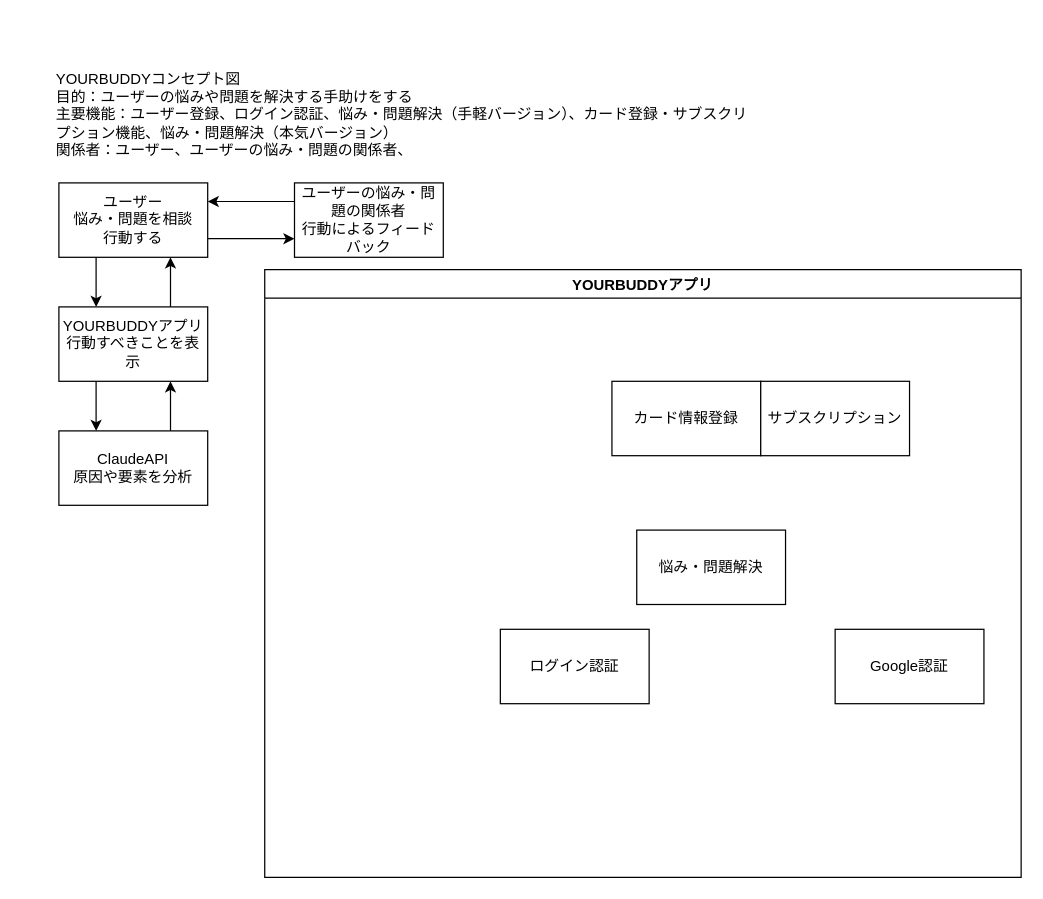
Before: page "コンセプト図" (1 of 3) of Diagrams/RequirementsDefinitionPhase.drawio in hiroyuki00889/ALL-AIBOX, a draw.io diagram. Source tidied: cells renumbered, new cells numbered last; positions are measured from the earlier drawing's top-left corner, leaving out a move shared by most shapes. Both pictures are drawn from the tidied source at 124%, with x=0, y=0 at pixel (53, 71).
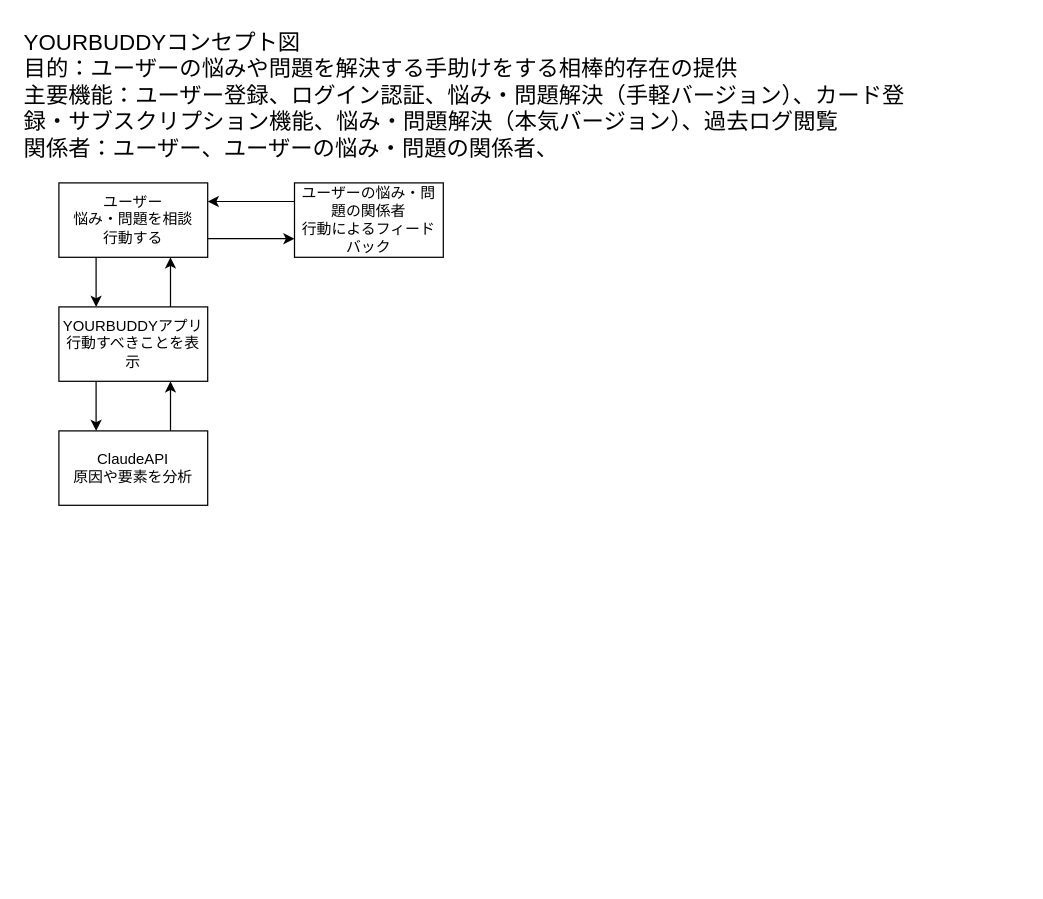
After the change.

The edit, as a diff of the source:
```diff
@@
 <mxGraphModel>
   <root>
     <mxCell id="0" />
     <mxCell id="1" parent="0" />
-    <mxCell id="2" value="YOURBUDDYコンセプト図&lt;br&gt;目的：ユーザーの悩みや問題を解決する手助けをする&lt;br&gt;主要機能：ユーザー登録、ログイン認証、悩み・問題解決（手軽バージョン）、カード登録・サブスクリプション機能、悩み・問題解決（本気バージョン）&lt;br&gt;関係者：ユーザー、ユーザーの悩み・問題の関係者、" style="text;html=1;strokeColor=none;fillColor=none;align=left;verticalAlign=middle;whiteSpace=wrap;rounded=0;" parent="1" vertex="1">
-      <mxGeometry width="560" height="70" as="geometry" />
+    <mxCell id="2" value="&lt;font style=&quot;font-size: 18px;&quot;&gt;YOURBUDDYコンセプト図&lt;br&gt;目的：ユーザーの悩みや問題を解決する手助けをする相棒的存在の提供&lt;br&gt;主要機能：ユーザー登録、ログイン認証、悩み・問題解決（手軽バージョン）、カード登録・サブスクリプション機能、悩み・問題解決（本気バージョン）、過去ログ閲覧&lt;br&gt;関係者：ユーザー、ユーザーの悩み・問題の関係者、&lt;/font&gt;" style="text;html=1;strokeColor=none;fillColor=none;align=left;verticalAlign=middle;whiteSpace=wrap;rounded=0;" parent="1" vertex="1">
+      <mxGeometry x="-26" y="-40" width="720" height="120" as="geometry" />
     </mxCell>
     <mxCell id="3" style="edgeStyle=none;html=1;exitX=0.25;exitY=1;exitDx=0;exitDy=0;entryX=0.25;entryY=0;entryDx=0;entryDy=0;" parent="1" edge="1" source="5" target="15">
       <mxGeometry relative="1" as="geometry" />
     </mxCell>
     <mxCell id="4" style="edgeStyle=none;html=1;exitX=1;exitY=0.75;exitDx=0;exitDy=0;entryX=0;entryY=0.75;entryDx=0;entryDy=0;" parent="1" edge="1" source="5" target="9">
       <mxGeometry relative="1" as="geometry" />
     </mxCell>
     <mxCell id="5" value="ユーザー&lt;br&gt;悩み・問題を相談&lt;br&gt;行動する" style="rounded=0;whiteSpace=wrap;html=1;" parent="1" vertex="1">
       <mxGeometry x="4" y="90" width="120" height="60" as="geometry" />
     </mxCell>
     <mxCell id="6" style="edgeStyle=none;html=1;exitX=0.75;exitY=0;exitDx=0;exitDy=0;entryX=0.75;entryY=1;entryDx=0;entryDy=0;" parent="1" edge="1" source="7" target="15">
       <mxGeometry relative="1" as="geometry" />
     </mxCell>
     <mxCell id="7" value="ClaudeAPI&lt;br&gt;原因や要素を分析" style="rounded=0;whiteSpace=wrap;html=1;" parent="1" vertex="1">
       <mxGeometry x="4" y="290" width="120" height="60" as="geometry" />
     </mxCell>
     <mxCell id="8" style="edgeStyle=none;html=1;exitX=0;exitY=0.25;exitDx=0;exitDy=0;entryX=1;entryY=0.25;entryDx=0;entryDy=0;" parent="1" edge="1" source="9" target="5">
       <mxGeometry relative="1" as="geometry" />
     </mxCell>
     <mxCell id="9" value="ユーザーの悩み・問題の関係者&lt;br&gt;行動によるフィードバック" style="rounded=0;whiteSpace=wrap;html=1;" parent="1" vertex="1">
       <mxGeometry x="194" y="90" width="120" height="60" as="geometry" />
     </mxCell>
-    <mxCell id="10" value="ログイン認証" style="rounded=0;whiteSpace=wrap;html=1;" parent="1" vertex="1">
-      <mxGeometry x="360" y="450" width="120" height="60" as="geometry" />
-    </mxCell>
-    <mxCell id="11" value="カード情報登録" style="rounded=0;whiteSpace=wrap;html=1;" parent="1" vertex="1">
-      <mxGeometry x="450" y="250" width="120" height="60" as="geometry" />
-    </mxCell>
-    <mxCell id="12" value="サブスクリプション" style="rounded=0;whiteSpace=wrap;html=1;" parent="1" vertex="1">
-      <mxGeometry x="570" y="250" width="120" height="60" as="geometry" />
-    </mxCell>
     <mxCell id="13" style="edgeStyle=none;html=1;exitX=0.75;exitY=0;exitDx=0;exitDy=0;entryX=0.75;entryY=1;entryDx=0;entryDy=0;" parent="1" edge="1" source="15" target="5">
       <mxGeometry relative="1" as="geometry" />
     </mxCell>
     <mxCell id="14" style="edgeStyle=none;html=1;exitX=0.25;exitY=1;exitDx=0;exitDy=0;entryX=0.25;entryY=0;entryDx=0;entryDy=0;" parent="1" edge="1" source="15" target="7">
       <mxGeometry relative="1" as="geometry" />
     </mxCell>
     <mxCell id="15" value="YOURBUDDYアプリ&lt;br&gt;行動すべきことを表示" style="rounded=0;whiteSpace=wrap;html=1;" parent="1" vertex="1">
       <mxGeometry x="4" y="190" width="120" height="60" as="geometry" />
     </mxCell>
-    <mxCell id="16" value="悩み・問題解決" style="rounded=0;whiteSpace=wrap;html=1;" parent="1" vertex="1">
-      <mxGeometry x="470" y="370" width="120" height="60" as="geometry" />
-    </mxCell>
-    <mxCell id="17" value="YOURBUDDYアプリ" style="swimlane;" parent="1" vertex="1">
-      <mxGeometry x="170" y="160" width="610" height="490" as="geometry" />
-    </mxCell>
-    <mxCell id="18" value="Google認証" style="rounded=0;whiteSpace=wrap;html=1;" parent="17" vertex="1">
-      <mxGeometry x="460" y="290" width="120" height="60" as="geometry" />
-    </mxCell>
   </root>
 </mxGraphModel>
```
